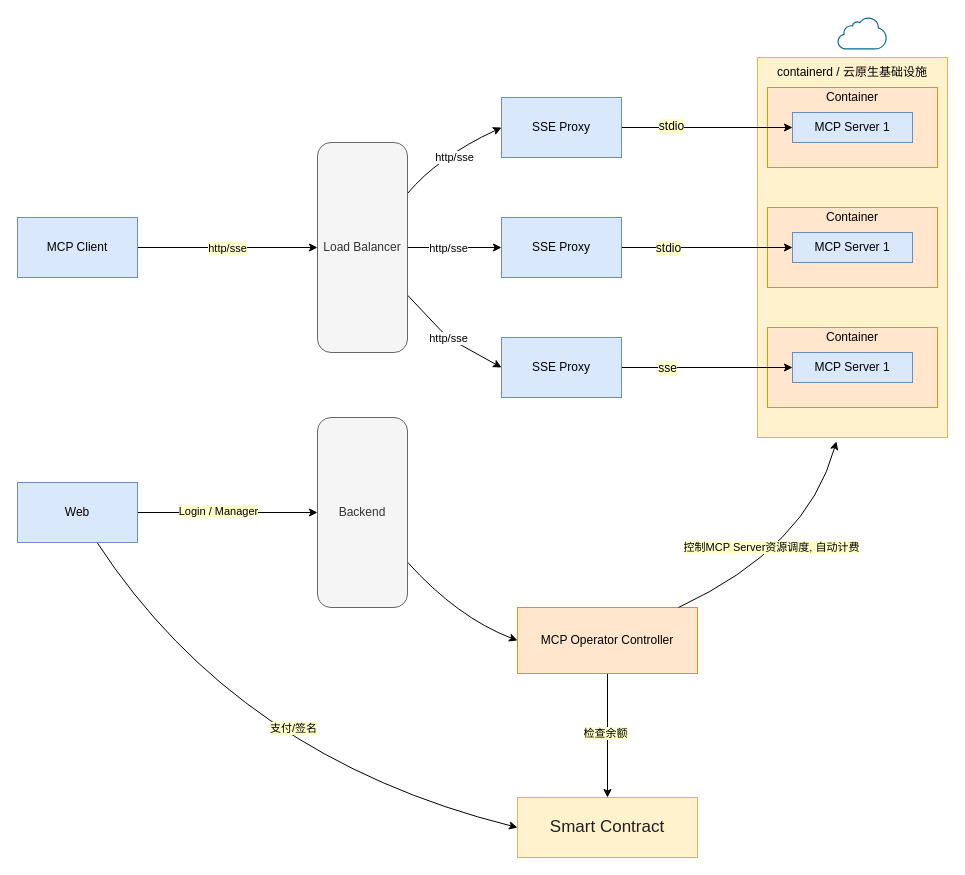
Before: docs/arch.drawio in YoubetDao/MCPForge-Backend, a draw.io diagram. Source tidied: cells renumbered, new cells numbered last; positions are measured from the earlier drawing's top-left corner, leaving out a move shared by most shapes. Both pictures are drawn from the tidied source at 100%, with x=0, y=0 at pixel (17, 17).
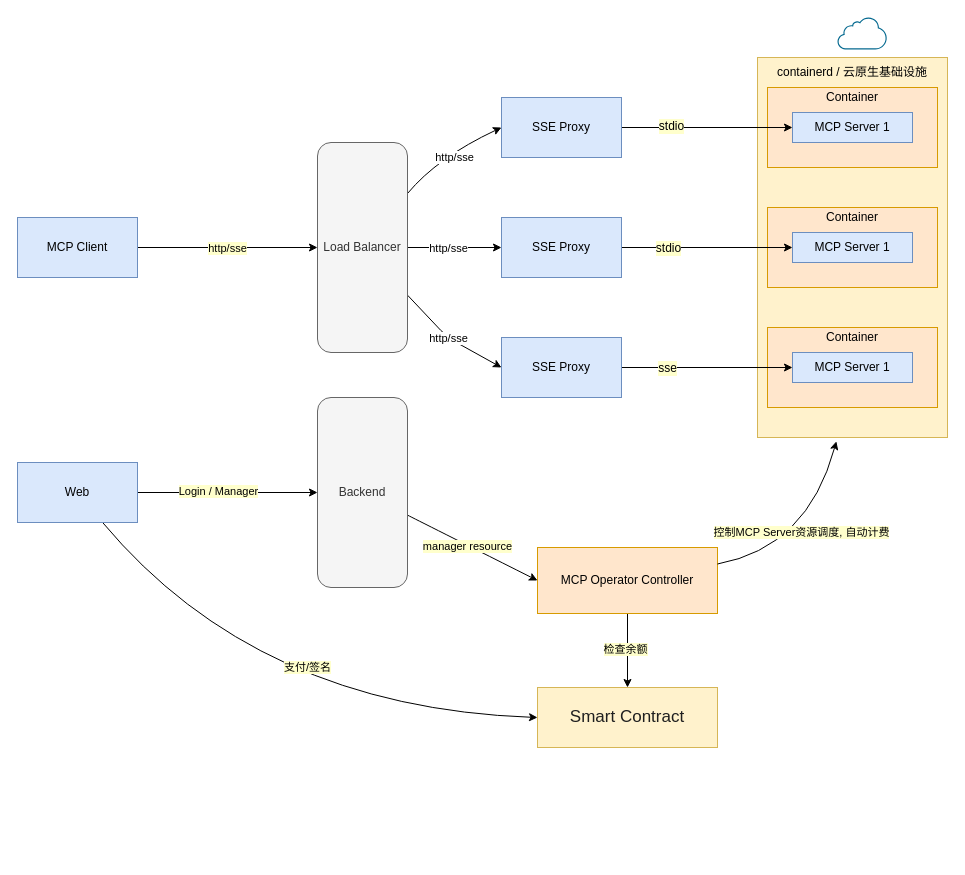
The same diagram, later.

The edit, as a diff of the source:
```diff
@@
     <mxCell id="34" value="MCP Operator Controller" style="rounded=0;whiteSpace=wrap;html=1;fillColor=#ffe6cc;strokeColor=#d79b00;" parent="1" vertex="1">
-      <mxGeometry x="500" y="590" width="180" height="66" as="geometry" />
+      <mxGeometry x="520" y="530" width="180" height="66" as="geometry" />
     </mxCell>
@@
     <mxCell id="38" style="edgeStyle=none;html=1;entryX=0;entryY=0.5;entryDx=0;entryDy=0;rounded=0;curved=1;" parent="1" edge="1" source="39" target="34">
-      <mxGeometry relative="1" as="geometry">
-        <Array as="points">
-          <mxPoint x="440" y="600" />
-        </Array>
-      </mxGeometry>
+      <mxGeometry relative="1" as="geometry" />
     </mxCell>
+    <mxCell id="46" value="manager resource" style="edgeLabel;html=1;align=center;verticalAlign=middle;labelBackgroundColor=#FFFFCC;" parent="38" vertex="1">
+      <mxGeometry x="-0.08" y="-1" relative="1" as="geometry" />
+    </mxCell>
     <mxCell id="39" value="Backend" style="rounded=1;whiteSpace=wrap;html=1;fillColor=#f5f5f5;fontColor=#333333;strokeColor=#666666;" parent="1" vertex="1">
-      <mxGeometry x="300" y="400" width="90" height="190" as="geometry" />
+      <mxGeometry x="300" y="380" width="90" height="190" as="geometry" />
     </mxCell>
     <mxCell id="40" value="&lt;span style=&quot;color: rgb(31, 31, 31); font-family: Arial, sans-serif; text-align: start;&quot;&gt;&lt;font style=&quot;font-size: 17px;&quot;&gt;Smart Contract&lt;/font&gt;&lt;/span&gt;" style="rounded=0;whiteSpace=wrap;html=1;fontSize=12;fillColor=#fff2cc;strokeColor=#d6b656;" parent="1" vertex="1">
-      <mxGeometry x="500" y="780" width="180" height="60" as="geometry" />
+      <mxGeometry x="520" y="670" width="180" height="60" as="geometry" />
     </mxCell>
@@
     <mxCell id="43" style="edgeStyle=none;html=1;entryX=0;entryY=0.5;entryDx=0;entryDy=0;rounded=0;curved=1;" parent="1" edge="1" source="45" target="40">
       <mxGeometry relative="1" as="geometry">
         <Array as="points">
-          <mxPoint x="220" y="740" />
+          <mxPoint x="240" y="690" />
         </Array>
       </mxGeometry>
     </mxCell>
@@
     <mxCell id="45" value="Web" style="rounded=0;whiteSpace=wrap;html=1;fillColor=#dae8fc;strokeColor=#6c8ebf;" parent="1" vertex="1">
-      <mxGeometry y="465" width="120" height="60" as="geometry" />
+      <mxGeometry y="445" width="120" height="60" as="geometry" />
     </mxCell>
```
